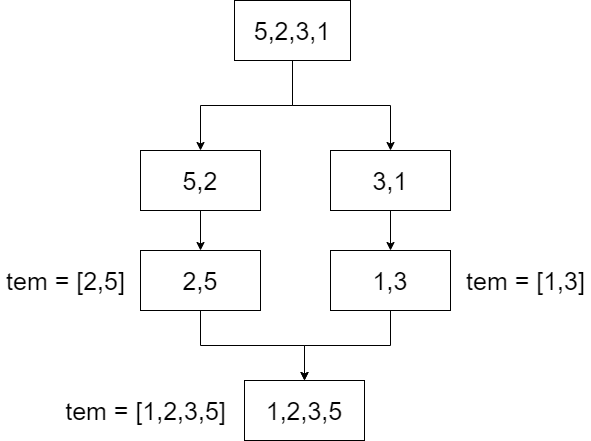
This is 归并排序.drawio.png from lmxyjy/draw.io, a draw.io export, as it was before one commit. Source tidied: cells renumbered, new cells last; positions are measured from the earlier drawing's top-left corner, leaving out a move shared by most shapes.
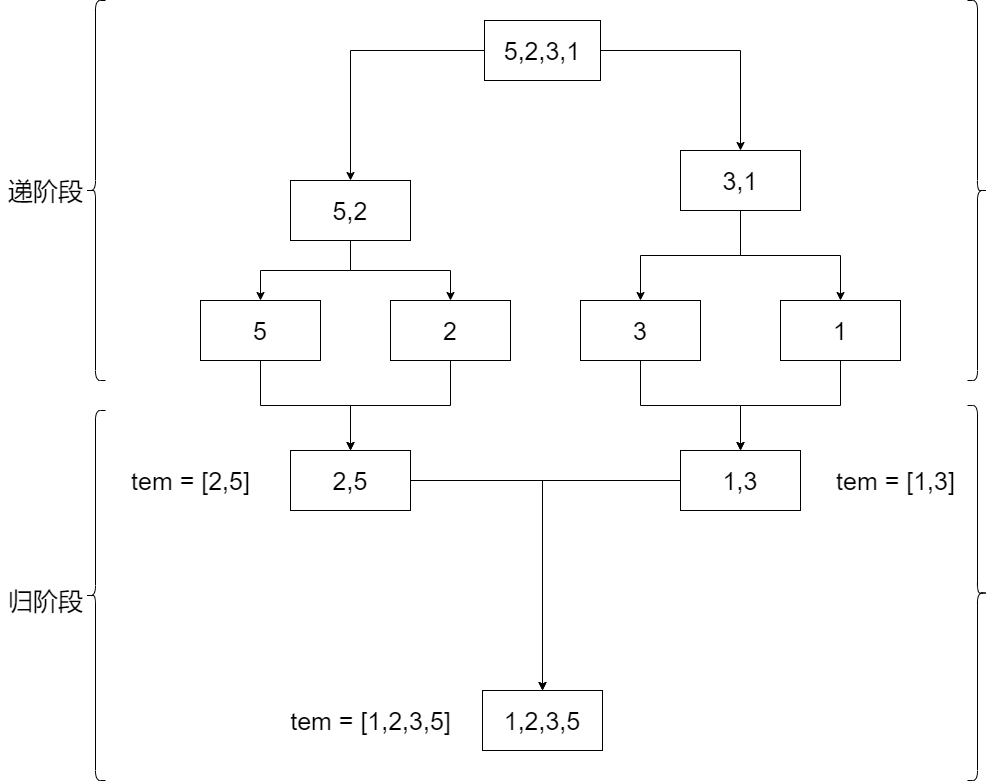
The same file after the commit.

The edit, as a diff of the source:
```diff
@@ -11,46 +11,92 @@
     <mxCell id="4" value="5,2,3,1" style="rounded=0;whiteSpace=wrap;html=1;fontSize=25;" parent="1" vertex="1">
       <mxGeometry x="234" width="116" height="60" as="geometry" />
     </mxCell>
-    <mxCell id="5" style="edgeStyle=orthogonalEdgeStyle;rounded=0;jettySize=auto;html=1;fontSize=25;" parent="1" edge="1" source="6">
-      <mxGeometry relative="1" as="geometry">
-        <mxPoint x="200" y="250" as="targetPoint" />
-      </mxGeometry>
-    </mxCell>
+    <mxCell id="18" style="edgeStyle=orthogonalEdgeStyle;rounded=0;jettySize=auto;html=1;entryX=0.5;entryY=0;entryDx=0;entryDy=0;fontSize=25;" parent="1" edge="1" source="6" target="22">
+      <mxGeometry relative="1" as="geometry" />
+    </mxCell>
+    <mxCell id="19" style="edgeStyle=orthogonalEdgeStyle;rounded=0;jettySize=auto;html=1;entryX=0.5;entryY=0;entryDx=0;entryDy=0;fontSize=25;" parent="1" edge="1" source="6" target="24">
+      <mxGeometry relative="1" as="geometry" />
+    </mxCell>
     <mxCell id="6" value="5,2" style="rounded=0;whiteSpace=wrap;html=1;fontSize=25;" parent="1" vertex="1">
-      <mxGeometry x="140" y="150" width="120" height="60" as="geometry" />
+      <mxGeometry x="40" y="160" width="120" height="60" as="geometry" />
     </mxCell>
     <mxCell id="7" style="edgeStyle=orthogonalEdgeStyle;rounded=0;jettySize=auto;html=1;fontSize=25;" parent="1" edge="1" source="8" target="13">
       <mxGeometry relative="1" as="geometry" />
     </mxCell>
+    <mxCell id="20" style="edgeStyle=orthogonalEdgeStyle;rounded=0;jettySize=auto;html=1;entryX=0.5;entryY=0;entryDx=0;entryDy=0;fontSize=25;" parent="1" edge="1" source="8" target="28">
+      <mxGeometry relative="1" as="geometry" />
+    </mxCell>
     <mxCell id="8" value="3,1" style="rounded=0;whiteSpace=wrap;html=1;fontSize=25;" parent="1" vertex="1">
-      <mxGeometry x="330" y="150" width="120" height="60" as="geometry" />
+      <mxGeometry x="430" y="130" width="120" height="60" as="geometry" />
     </mxCell>
-    <mxCell id="9" value="2,5" style="rounded=0;whiteSpace=wrap;html=1;fontSize=25;" parent="1" vertex="1">
-      <mxGeometry x="140" y="250" width="120" height="60" as="geometry" />
-    </mxCell>
-    <mxCell id="10" style="edgeStyle=orthogonalEdgeStyle;rounded=0;jettySize=auto;html=1;entryX=0.5;entryY=0;entryDx=0;entryDy=0;fontSize=25;" parent="1" edge="1" source="11" target="16">
-      <mxGeometry relative="1" as="geometry" />
-    </mxCell>
-    <mxCell id="11" value="2,5" style="rounded=0;whiteSpace=wrap;html=1;fontSize=25;" parent="1" vertex="1">
-      <mxGeometry x="140" y="250" width="120" height="60" as="geometry" />
-    </mxCell>
-    <mxCell id="12" style="edgeStyle=orthogonalEdgeStyle;rounded=0;jettySize=auto;html=1;entryX=0.5;entryY=0;entryDx=0;entryDy=0;fontSize=25;" parent="1" edge="1" source="13" target="16">
-      <mxGeometry relative="1" as="geometry" />
-    </mxCell>
     <mxCell id="13" value="1,3" style="rounded=0;whiteSpace=wrap;html=1;fontSize=25;" parent="1" vertex="1">
-      <mxGeometry x="330" y="250" width="120" height="60" as="geometry" />
+      <mxGeometry x="330" y="280" width="120" height="60" as="geometry" />
     </mxCell>
+    <mxCell id="16" value="1,2,3,5" style="rounded=0;whiteSpace=wrap;html=1;fontSize=25;" parent="1" vertex="1">
+      <mxGeometry x="232" y="670" width="120" height="60" as="geometry" />
+    </mxCell>
+    <mxCell id="17" value="tem = [1,2,3,5]" style="text;html=1;align=center;verticalAlign=middle;strokeColor=none;fillColor=none;fontSize=25;" parent="1" vertex="1">
+      <mxGeometry x="30" y="680" width="180" height="40" as="geometry" />
+    </mxCell>
+    <mxCell id="21" style="edgeStyle=orthogonalEdgeStyle;rounded=0;jettySize=auto;html=1;fontSize=25;" parent="1" edge="1" source="22" target="30">
+      <mxGeometry relative="1" as="geometry" />
+    </mxCell>
+    <mxCell id="22" value="5" style="rounded=0;whiteSpace=wrap;html=1;fontSize=25;" parent="1" vertex="1">
+      <mxGeometry x="-50" y="280" width="120" height="60" as="geometry" />
+    </mxCell>
+    <mxCell id="23" style="edgeStyle=orthogonalEdgeStyle;rounded=0;jettySize=auto;html=1;fontSize=25;" parent="1" edge="1" source="24" target="30">
+      <mxGeometry relative="1" as="geometry" />
+    </mxCell>
+    <mxCell id="24" value="2" style="rounded=0;whiteSpace=wrap;html=1;fontSize=25;" parent="1" vertex="1">
+      <mxGeometry x="140" y="280" width="120" height="60" as="geometry" />
+    </mxCell>
+    <mxCell id="25" style="edgeStyle=orthogonalEdgeStyle;rounded=0;jettySize=auto;html=1;fontSize=25;" parent="1" edge="1" source="26" target="32">
+      <mxGeometry relative="1" as="geometry" />
+    </mxCell>
+    <mxCell id="26" value="3" style="rounded=0;whiteSpace=wrap;html=1;fontSize=25;" parent="1" vertex="1">
+      <mxGeometry x="330" y="280" width="120" height="60" as="geometry" />
+    </mxCell>
+    <mxCell id="27" style="edgeStyle=orthogonalEdgeStyle;rounded=0;jettySize=auto;html=1;fontSize=25;" parent="1" edge="1" source="28" target="32">
+      <mxGeometry relative="1" as="geometry" />
+    </mxCell>
+    <mxCell id="28" value="1" style="rounded=0;whiteSpace=wrap;html=1;fontSize=25;" parent="1" vertex="1">
+      <mxGeometry x="530" y="280" width="120" height="60" as="geometry" />
+    </mxCell>
+    <mxCell id="29" style="edgeStyle=orthogonalEdgeStyle;rounded=0;jettySize=auto;html=1;entryX=0.5;entryY=0;entryDx=0;entryDy=0;fontSize=25;" parent="1" edge="1" source="30" target="16">
+      <mxGeometry relative="1" as="geometry" />
+    </mxCell>
+    <mxCell id="30" value="2,5" style="rounded=0;whiteSpace=wrap;html=1;fontSize=25;" parent="1" vertex="1">
+      <mxGeometry x="40" y="430" width="120" height="60" as="geometry" />
+    </mxCell>
+    <mxCell id="31" style="edgeStyle=orthogonalEdgeStyle;rounded=0;jettySize=auto;html=1;entryX=0.5;entryY=0;entryDx=0;entryDy=0;fontSize=25;" parent="1" edge="1" source="32" target="16">
+      <mxGeometry relative="1" as="geometry" />
+    </mxCell>
+    <mxCell id="32" value="1,3" style="rounded=0;whiteSpace=wrap;html=1;fontSize=25;" parent="1" vertex="1">
+      <mxGeometry x="430" y="430" width="120" height="60" as="geometry" />
+    </mxCell>
+    <mxCell id="33" style="shape=curlyBracket;whiteSpace=wrap;html=1;rounded=1;fontSize=25;" parent="1" vertex="1">
+      <mxGeometry x="-165" y="-20" width="20" height="380" as="geometry" />
+    </mxCell>
+    <mxCell id="34" style="shape=curlyBracket;whiteSpace=wrap;html=1;rounded=1;fontSize=25;direction=west;" parent="1" vertex="1">
+      <mxGeometry x="717" y="-20" width="20" height="380" as="geometry" />
+    </mxCell>
+    <mxCell id="35" value="递阶段" style="text;html=1;align=center;verticalAlign=middle;strokeColor=none;fillColor=none;fontSize=25;" parent="1" vertex="1">
+      <mxGeometry x="-250" y="150" width="90" height="40" as="geometry" />
+    </mxCell>
     <mxCell id="14" value="tem = [2,5]" style="text;html=1;align=center;verticalAlign=middle;strokeColor=none;fillColor=none;fontSize=25;" parent="1" vertex="1">
-      <mxGeometry y="260" width="130" height="40" as="geometry" />
+      <mxGeometry x="-125" y="440" width="130" height="40" as="geometry" />
     </mxCell>
     <mxCell id="15" value="tem = [1,3]" style="text;html=1;align=center;verticalAlign=middle;strokeColor=none;fillColor=none;fontSize=25;" parent="1" vertex="1">
-      <mxGeometry x="460" y="260" width="130" height="40" as="geometry" />
+      <mxGeometry x="580" y="440" width="130" height="40" as="geometry" />
     </mxCell>
-    <mxCell id="16" value="1,2,3,5" style="rounded=0;whiteSpace=wrap;html=1;fontSize=25;" parent="1" vertex="1">
-      <mxGeometry x="244" y="380" width="120" height="60" as="geometry" />
-    </mxCell>
-    <mxCell id="17" value="tem = [1,2,3,5]" style="text;html=1;align=center;verticalAlign=middle;strokeColor=none;fillColor=none;fontSize=25;" parent="1" vertex="1">
-      <mxGeometry x="55" y="390" width="180" height="40" as="geometry" />
-    </mxCell>
+    <mxCell id="36" style="shape=curlyBracket;whiteSpace=wrap;html=1;rounded=1;fontSize=25;" parent="1" vertex="1">
+      <mxGeometry x="-165" y="390" width="20" height="370" as="geometry" />
+    </mxCell>
+    <mxCell id="37" value="归阶段" style="text;html=1;align=center;verticalAlign=middle;strokeColor=none;fillColor=none;fontSize=25;" parent="1" vertex="1">
+      <mxGeometry x="-250" y="560" width="90" height="40" as="geometry" />
+    </mxCell>
+    <mxCell id="38" style="shape=curlyBracket;whiteSpace=wrap;html=1;rounded=1;fontSize=25;direction=west;" parent="1" vertex="1">
+      <mxGeometry x="717" y="385" width="20" height="375" as="geometry" />
+    </mxCell>
   </root>
 </mxGraphModel>
```
